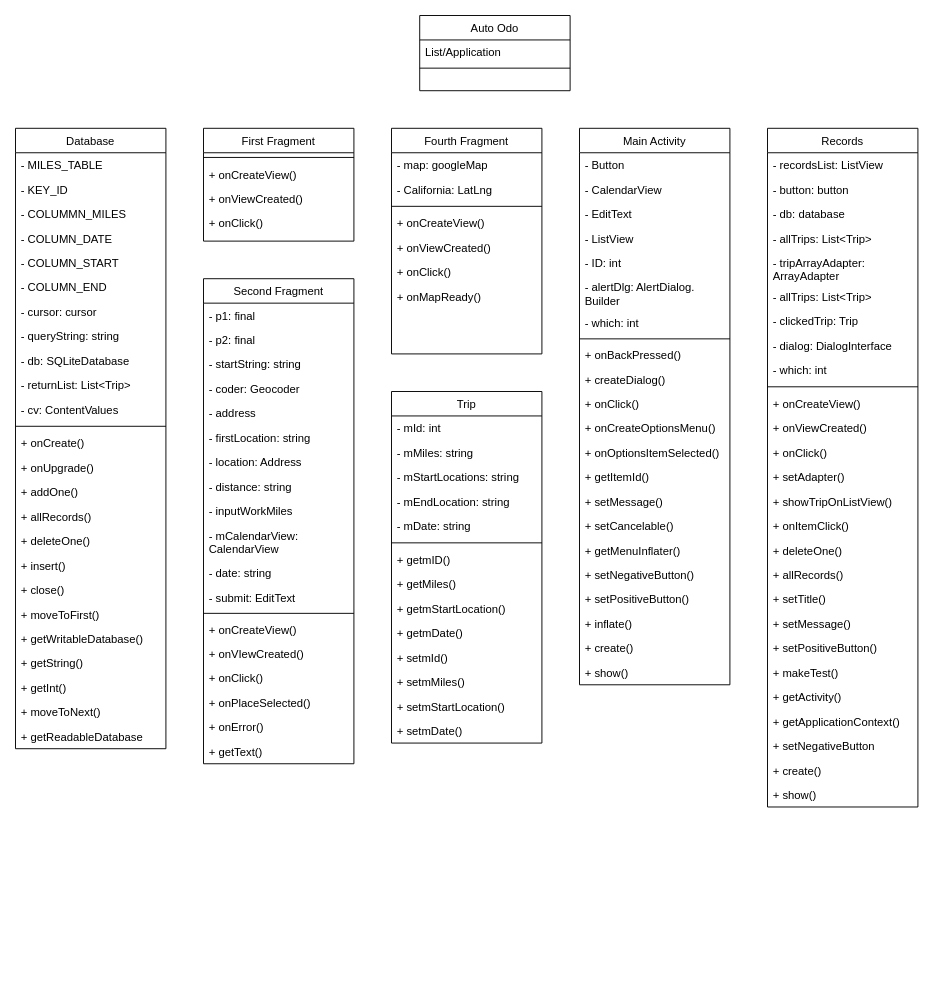
This is diagrams/CRC_Diagram.drawio from patriciaong977/AutoOdo, a draw.io file, before an edit. Source tidied: cells renumbered, new cells numbered last; positions are measured from the earlier drawing's top-left corner, leaving out a move shared by most shapes. Both pictures are drawn from the tidied source at 94%, with x=0, y=0 at pixel (15, 15).
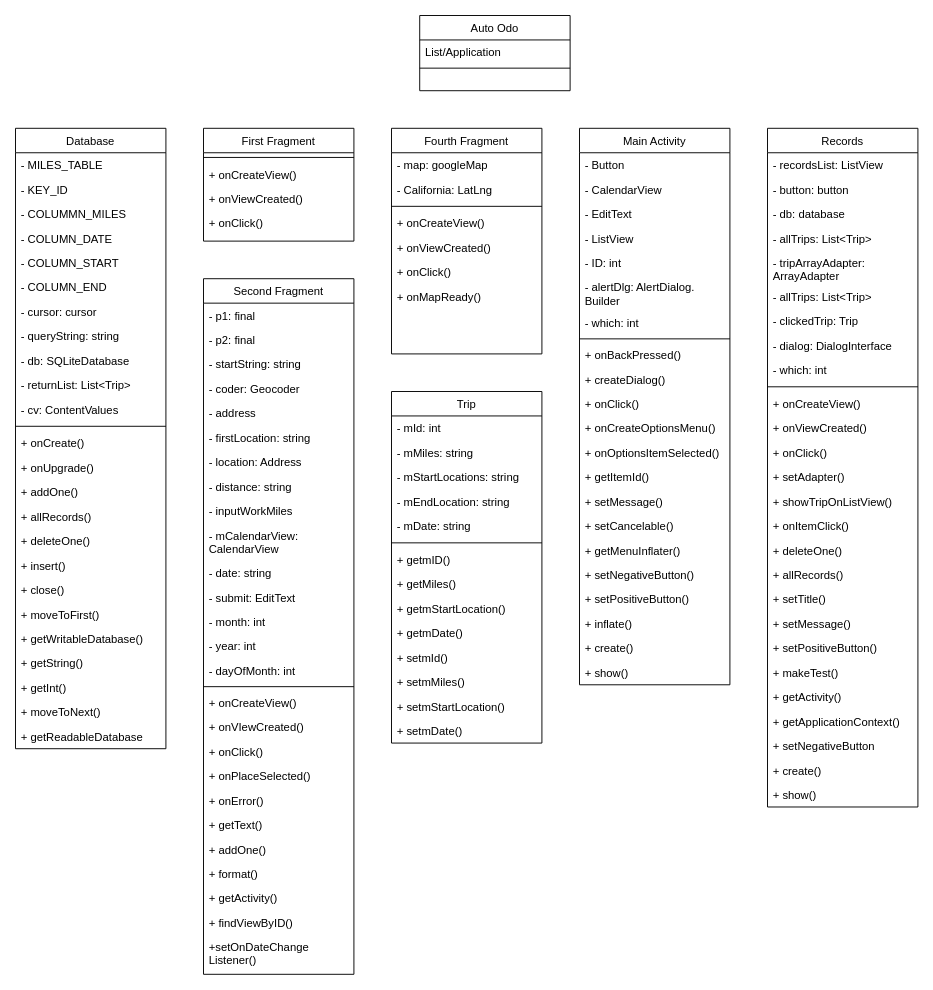
The same page after the edit.

Change to the diagram source:
```diff
@@
     <mxCell id="113" value="Second Fragment" style="swimlane;fontStyle=0;align=center;verticalAlign=top;horizontal=1;startSize=26;rounded=0;shadow=0;strokeWidth=1;" parent="1" vertex="1">
-      <mxGeometry x="200" y="280" width="160" height="516" as="geometry" />
+      <mxGeometry x="200" y="280" width="160" height="740" as="geometry" />
     </mxCell>
@@
+    <mxCell id="133" value="- month: int" style="text;align=left;verticalAlign=top;spacingLeft=4;spacingRight=4;overflow=hidden;" parent="113" vertex="1">
+      <mxGeometry y="352" width="160" height="26" as="geometry" />
+    </mxCell>
+    <mxCell id="134" value="- year: int" style="text;align=left;verticalAlign=top;spacingLeft=4;spacingRight=4;overflow=hidden;" parent="113" vertex="1">
+      <mxGeometry y="378" width="160" height="26" as="geometry" />
+    </mxCell>
+    <mxCell id="135" value="- dayOfMonth: int" style="text;align=left;verticalAlign=top;spacingLeft=4;spacingRight=4;overflow=hidden;" parent="113" vertex="1">
+      <mxGeometry y="404" width="160" height="26" as="geometry" />
+    </mxCell>
     <mxCell id="126" style="line;html=1;strokeWidth=1;align=left;verticalAlign=middle;spacingTop=-1;spacingLeft=3;spacingRight=3;labelPosition=right;" parent="113" vertex="1">
-      <mxGeometry y="352" width="160" height="8" as="geometry" />
+      <mxGeometry y="430" width="160" height="8" as="geometry" />
     </mxCell>
     <mxCell id="127" value="+ onCreateView()" style="text;align=left;verticalAlign=top;spacingLeft=4;spacingRight=4;overflow=hidden;rounded=0;shadow=0;html=0;" parent="113" vertex="1">
-      <mxGeometry y="360" width="160" height="26" as="geometry" />
+      <mxGeometry y="438" width="160" height="26" as="geometry" />
     </mxCell>
     <mxCell id="128" value="+ onVIewCreated()" style="text;align=left;verticalAlign=top;spacingLeft=4;spacingRight=4;overflow=hidden;rounded=0;shadow=0;html=0;" parent="113" vertex="1">
-      <mxGeometry y="386" width="160" height="26" as="geometry" />
+      <mxGeometry y="464" width="160" height="26" as="geometry" />
     </mxCell>
     <mxCell id="129" value="+ onClick()" style="text;align=left;verticalAlign=top;spacingLeft=4;spacingRight=4;overflow=hidden;rounded=0;shadow=0;html=0;" parent="113" vertex="1">
-      <mxGeometry y="412" width="160" height="26" as="geometry" />
+      <mxGeometry y="490" width="160" height="26" as="geometry" />
     </mxCell>
     <mxCell id="130" value="+ onPlaceSelected()" style="text;align=left;verticalAlign=top;spacingLeft=4;spacingRight=4;overflow=hidden;rounded=0;shadow=0;html=0;" parent="113" vertex="1">
-      <mxGeometry y="438" width="160" height="26" as="geometry" />
+      <mxGeometry y="516" width="160" height="26" as="geometry" />
     </mxCell>
     <mxCell id="131" value="+ onError()" style="text;align=left;verticalAlign=top;spacingLeft=4;spacingRight=4;overflow=hidden;rounded=0;shadow=0;html=0;" parent="113" vertex="1">
-      <mxGeometry y="464" width="160" height="26" as="geometry" />
+      <mxGeometry y="542" width="160" height="26" as="geometry" />
     </mxCell>
     <mxCell id="132" value="+ getText()" style="text;align=left;verticalAlign=top;spacingLeft=4;spacingRight=4;overflow=hidden;rounded=0;shadow=0;html=0;" parent="113" vertex="1">
-      <mxGeometry y="490" width="160" height="26" as="geometry" />
+      <mxGeometry y="568" width="160" height="26" as="geometry" />
     </mxCell>
+    <mxCell id="136" value="+ addOne()" style="text;align=left;verticalAlign=top;spacingLeft=4;spacingRight=4;overflow=hidden;rounded=0;shadow=0;html=0;" parent="113" vertex="1">
+      <mxGeometry y="594" width="160" height="26" as="geometry" />
+    </mxCell>
+    <mxCell id="137" value="+ format()" style="text;align=left;verticalAlign=top;spacingLeft=4;spacingRight=4;overflow=hidden;rounded=0;shadow=0;html=0;" parent="113" vertex="1">
+      <mxGeometry y="620" width="160" height="26" as="geometry" />
+    </mxCell>
+    <mxCell id="138" value="+ getActivity()" style="text;align=left;verticalAlign=top;spacingLeft=4;spacingRight=4;overflow=hidden;rounded=0;shadow=0;html=0;" parent="113" vertex="1">
+      <mxGeometry y="646" width="160" height="26" as="geometry" />
+    </mxCell>
+    <mxCell id="139" value="+ findViewByID()" style="text;align=left;verticalAlign=top;spacingLeft=4;spacingRight=4;overflow=hidden;rounded=0;shadow=0;html=0;" parent="113" vertex="1">
+      <mxGeometry y="672" width="160" height="26" as="geometry" />
+    </mxCell>
+    <mxCell id="140" value="+setOnDateChange&#10;Listener()" style="text;align=left;verticalAlign=top;spacingLeft=4;spacingRight=4;overflow=hidden;rounded=0;shadow=0;html=0;" parent="113" vertex="1">
+      <mxGeometry y="698" width="160" height="42" as="geometry" />
+    </mxCell>
```
